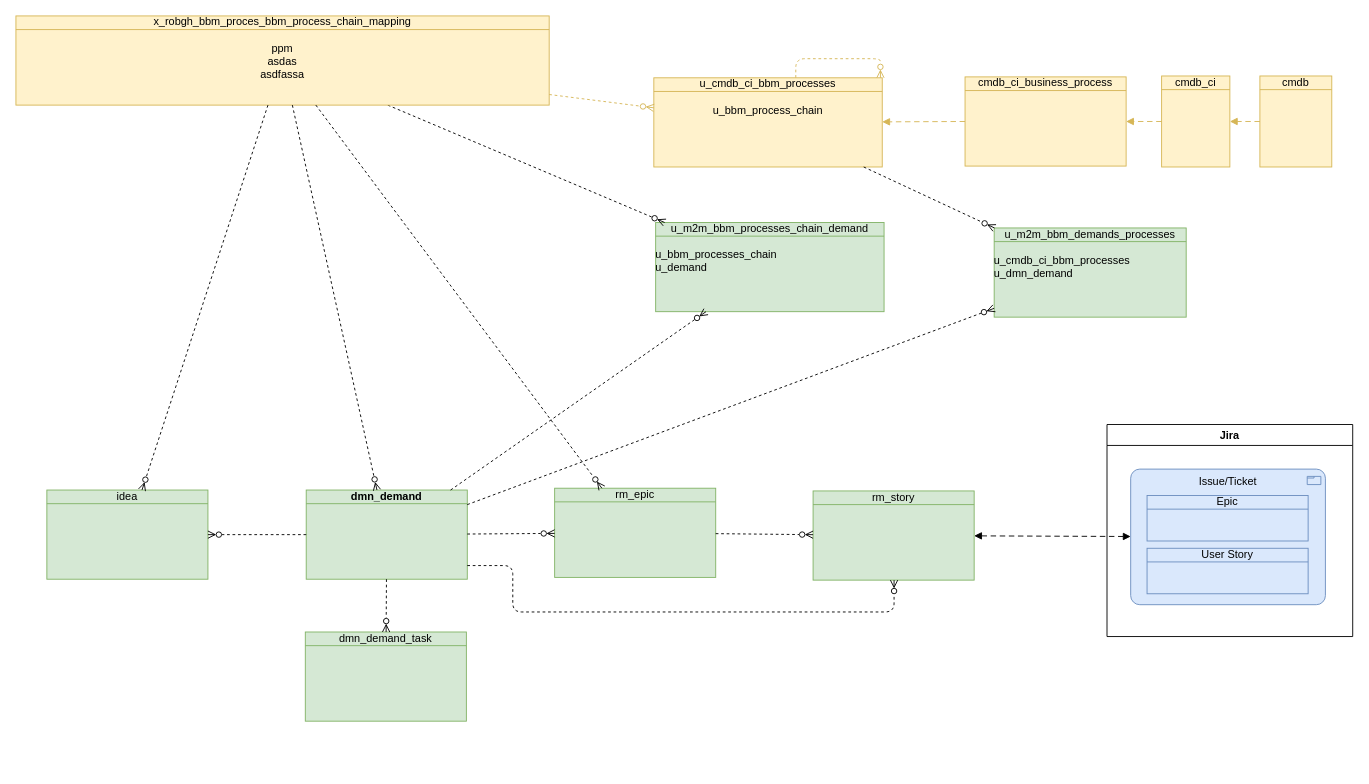
Earlier version of the draw.io diagram page "m2mProcess" (11 of 19) of Bosch.drawio (algimas/tmp). Source tidied: cells renumbered, new cells numbered last; positions are measured from the earlier drawing's top-left corner, leaving out a move shared by most shapes. Both pictures are drawn from the tidied source at 91%, with x=0, y=0 at pixel (15, 15).
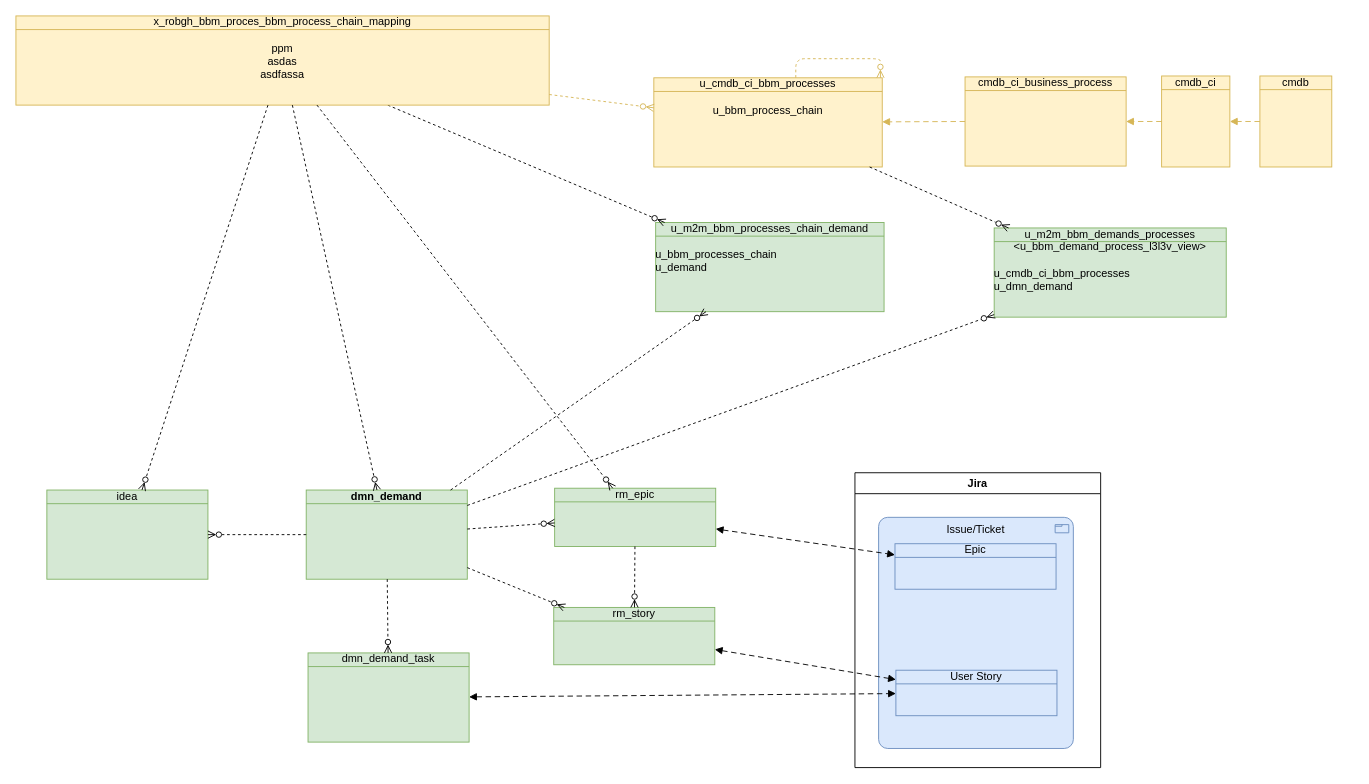
Above is the later version.

Unchanged cells that the change refers to:
```xml
<mxCell id="10" value="&lt;b&gt;dmn_demand&lt;/b&gt;" style="html=1;outlineConnect=0;whiteSpace=wrap;fillColor=#d5e8d4;shape=mxgraph.archimate3.businessObject;overflow=fill;strokeColor=#82b366;" parent="1" vertex="1">
  <mxGeometry x="319" y="521" width="177" height="98" as="geometry" />
</mxCell>
<mxCell id="25" value="Epic" style="html=1;outlineConnect=0;whiteSpace=wrap;fillColor=#dae8fc;shape=mxgraph.archimate3.businessObject;overflow=fill;strokeColor=#6c8ebf;" parent="23" vertex="1">
  <mxGeometry x="44" y="78" width="177" height="50" as="geometry" />
</mxCell>
```

Diff of the diagram source:
```diff
@@
     <mxCell id="11" value="rm_epic" style="html=1;outlineConnect=0;whiteSpace=wrap;fillColor=#d5e8d4;shape=mxgraph.archimate3.businessObject;overflow=fill;strokeColor=#82b366;" parent="1" vertex="1">
-      <mxGeometry x="592" y="519" width="177" height="98" as="geometry" />
+      <mxGeometry x="592" y="519" width="177" height="64" as="geometry" />
     </mxCell>
-    <mxCell id="12" value="u_m2m_bbm_demands_processes&lt;div&gt;&lt;br&gt;&lt;/div&gt;&lt;div style=&quot;text-align: left;&quot;&gt;u_cmdb_ci_bbm_processes&lt;/div&gt;&lt;div style=&quot;text-align: left;&quot;&gt;&lt;span style=&quot;background-color: transparent; color: light-dark(rgb(0, 0, 0), rgb(255, 255, 255));&quot;&gt;u_dmn_demand&lt;/span&gt;&lt;/div&gt;" style="html=1;outlineConnect=0;whiteSpace=wrap;fillColor=#d5e8d4;shape=mxgraph.archimate3.businessObject;overflow=fill;strokeColor=#82b366;" parent="1" vertex="1">
-      <mxGeometry x="1075" y="233" width="211" height="98" as="geometry" />
+    <mxCell id="12" value="u_m2m_bbm_demands_processes&lt;div&gt;&amp;lt;u_bbm_demand_process_l3l3v_view&amp;gt;&lt;br&gt;&lt;div&gt;&lt;br&gt;&lt;/div&gt;&lt;div style=&quot;text-align: left;&quot;&gt;u_cmdb_ci_bbm_processes&lt;/div&gt;&lt;div style=&quot;text-align: left;&quot;&gt;&lt;span style=&quot;background-color: transparent; color: light-dark(rgb(0, 0, 0), rgb(255, 255, 255));&quot;&gt;u_dmn_demand&lt;/span&gt;&lt;/div&gt;&lt;/div&gt;" style="html=1;outlineConnect=0;whiteSpace=wrap;fillColor=#d5e8d4;shape=mxgraph.archimate3.businessObject;overflow=fill;strokeColor=#82b366;" parent="1" vertex="1">
+      <mxGeometry x="1075" y="233" width="255" height="98" as="geometry" />
     </mxCell>
     <mxCell id="13" value="rm_story" style="html=1;outlineConnect=0;whiteSpace=wrap;fillColor=#d5e8d4;shape=mxgraph.archimate3.businessObject;overflow=fill;strokeColor=#82b366;" parent="1" vertex="1">
-      <mxGeometry x="876" y="522" width="177" height="98" as="geometry" />
+      <mxGeometry x="591" y="650" width="177" height="63" as="geometry" />
     </mxCell>
@@
     <mxCell id="20" value="dmn_demand_task" style="html=1;outlineConnect=0;whiteSpace=wrap;fillColor=#d5e8d4;shape=mxgraph.archimate3.businessObject;overflow=fill;strokeColor=#82b366;" parent="1" vertex="1">
-      <mxGeometry x="318" y="677" width="177" height="98" as="geometry" />
+      <mxGeometry x="321" y="700" width="177" height="98" as="geometry" />
     </mxCell>
@@
-    <mxCell id="22" style="html=1;dashed=1;labelBackgroundColor=none;startArrow=none;endArrow=ERzeroToMany;fontFamily=Verdana;fontSize=12;align=left;startFill=0;endFill=0;edgeStyle=orthogonalEdgeStyle;" parent="1" edge="1" source="10" target="13">
-      <mxGeometry relative="1" as="geometry">
-        <Array as="points">
-          <mxPoint x="546" y="604" />
-          <mxPoint x="546" y="655" />
-          <mxPoint x="965" y="655" />
-        </Array>
-      </mxGeometry>
+    <mxCell id="22" style="html=1;dashed=1;labelBackgroundColor=none;startArrow=none;endArrow=ERzeroToMany;fontFamily=Verdana;fontSize=12;align=left;startFill=0;endFill=0;" parent="1" edge="1" source="10" target="13">
+      <mxGeometry relative="1" as="geometry" />
     </mxCell>
     <mxCell id="23" value="Jira" style="swimlane;" parent="1" vertex="1">
-      <mxGeometry x="1199" y="449" width="270" height="233" as="geometry" />
+      <mxGeometry x="922" y="502" width="270" height="324" as="geometry" />
     </mxCell>
     <mxCell id="24" value="Issue/Ticket" style="html=1;outlineConnect=0;whiteSpace=wrap;fillColor=#dae8fc;shape=mxgraph.archimate3.application;appType=product;archiType=rounded;strokeColor=#6c8ebf;verticalAlign=top;fontStyle=0;" parent="23" vertex="1">
-      <mxGeometry x="26" y="49" width="214" height="149" as="geometry" />
+      <mxGeometry x="26" y="49" width="214" height="254" as="geometry" />
     </mxCell>
@@
     <mxCell id="26" value="User Story" style="html=1;outlineConnect=0;whiteSpace=wrap;fillColor=#dae8fc;shape=mxgraph.archimate3.businessObject;overflow=fill;strokeColor=#6c8ebf;" parent="23" vertex="1">
-      <mxGeometry x="44" y="136" width="177" height="50" as="geometry" />
+      <mxGeometry x="45" y="217" width="177" height="50" as="geometry" />
     </mxCell>
-    <mxCell id="27" style="html=1;endArrow=block;dashed=1;elbow=vertical;endFill=1;dashPattern=6 4;rounded=0;fontSize=12;fontStyle=0;startArrow=block;startFill=1;" parent="1" edge="1" source="13" target="24">
+    <mxCell id="27" style="html=1;endArrow=block;dashed=1;elbow=vertical;endFill=1;dashPattern=6 4;rounded=0;fontSize=12;fontStyle=0;startArrow=block;startFill=1;" parent="1" edge="1" source="13" target="26">
       <mxGeometry relative="1" as="geometry" />
     </mxCell>
@@
+    <mxCell id="36" style="html=1;endArrow=block;dashed=1;elbow=vertical;endFill=1;dashPattern=6 4;rounded=0;fontSize=12;fontStyle=0;startArrow=block;startFill=1;" parent="1" edge="1" source="11" target="25">
+      <mxGeometry relative="1" as="geometry" />
+    </mxCell>
+    <mxCell id="37" style="html=1;endArrow=block;dashed=1;elbow=vertical;endFill=1;dashPattern=6 4;rounded=0;fontSize=12;fontStyle=0;startArrow=block;startFill=1;" parent="1" edge="1" source="20" target="26">
+      <mxGeometry relative="1" as="geometry" />
+    </mxCell>
```
